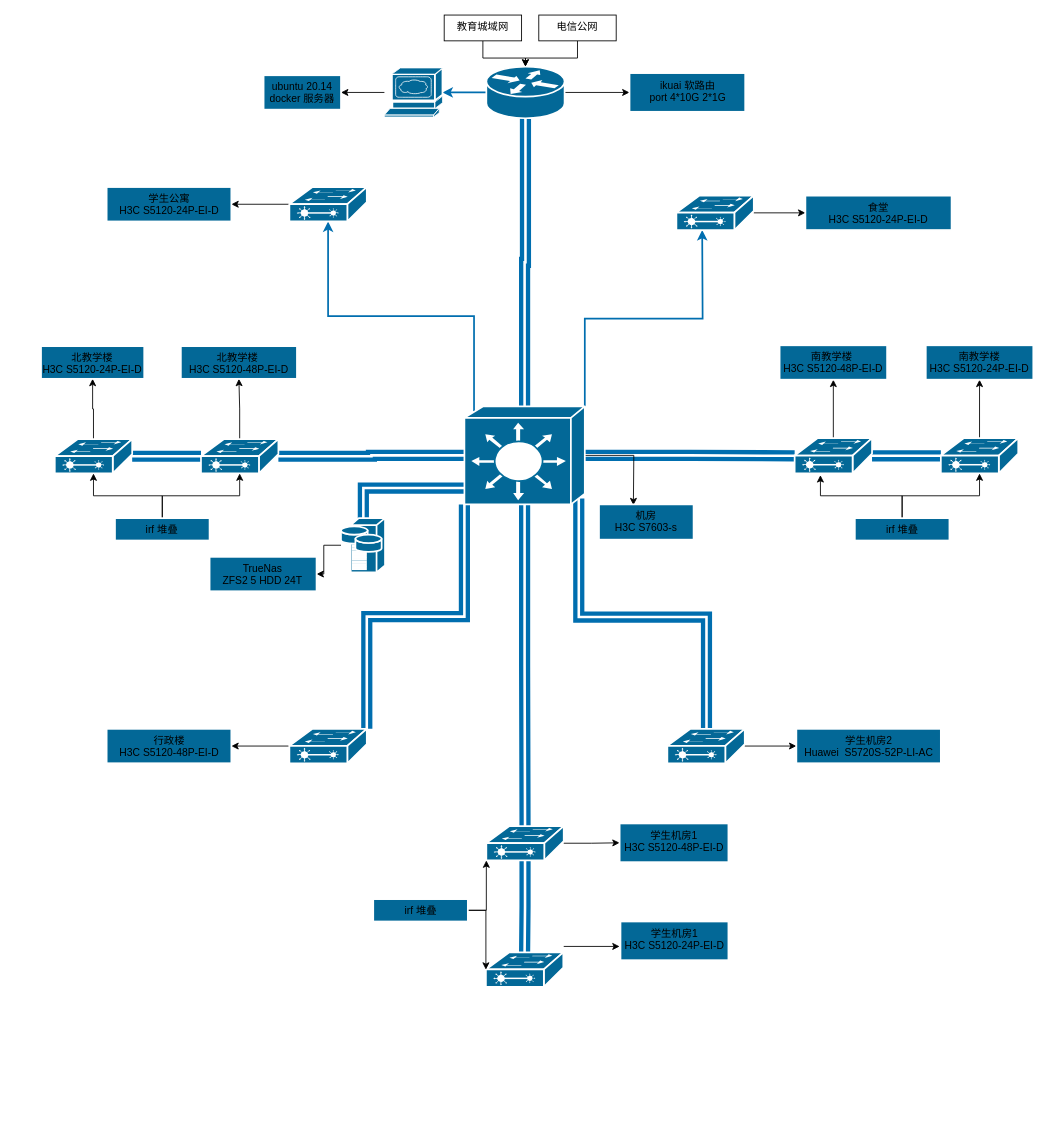
The draw.io diagram net/net.drawio in 3038922/new_century_robotics, before the edit. Source tidied: cells renumbered, new cells numbered last; positions are measured from the earlier drawing's top-left corner, leaving out a move shared by most shapes. Both pictures are drawn from the tidied source at 86%, with x=0, y=0 at pixel (40, 15).
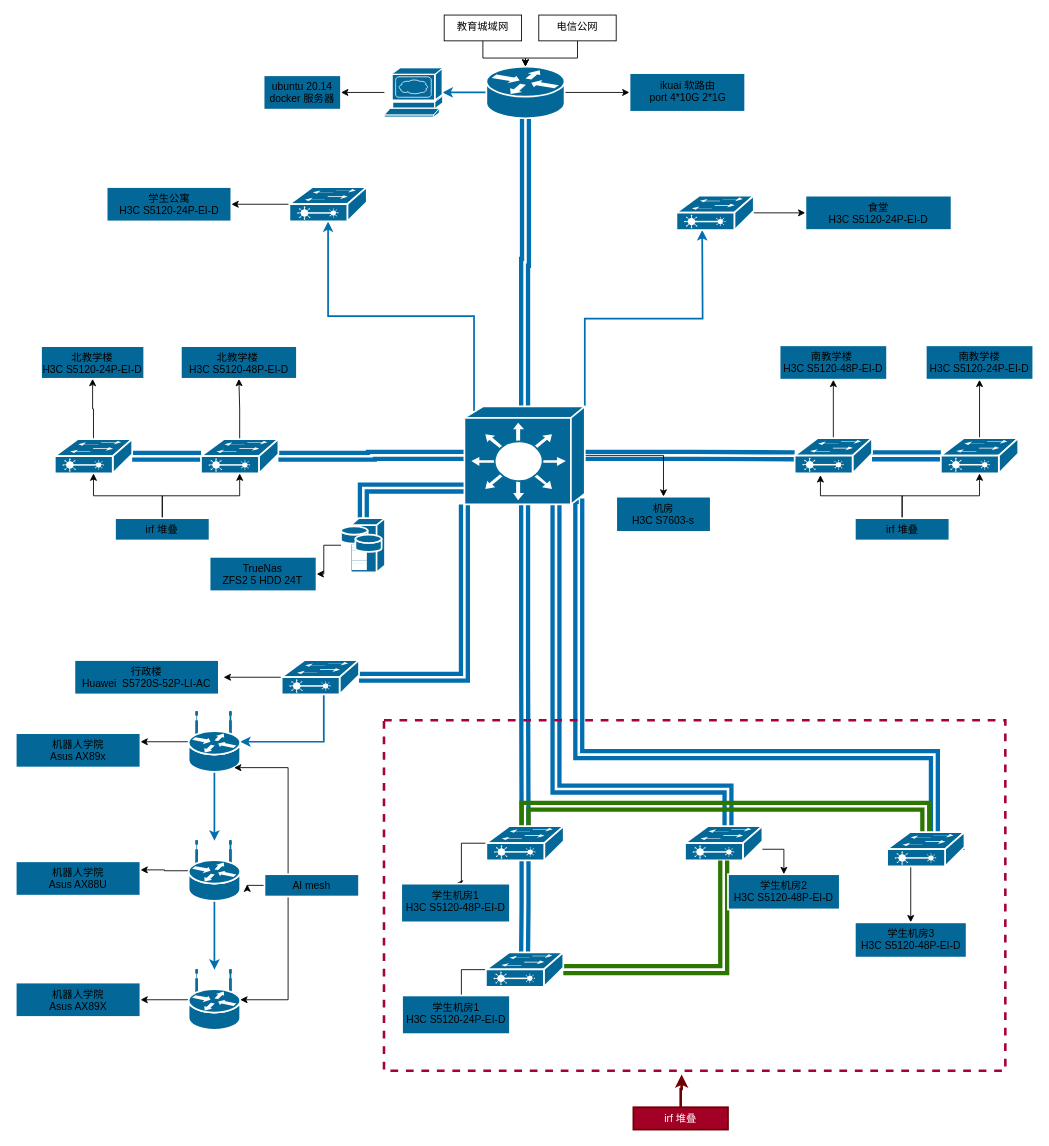
Above is the later version.

The change refers to these unchanged cells:
```xml
<mxCell id="19" style="shape=mxgraph.cisco.switches.layer_3_switch;html=1;dashed=0;fillColor=#036897;strokeColor=#ffffff;strokeWidth=2;verticalLabelPosition=bottom;verticalAlign=top;align=center;outlineConnect=0;" parent="1" vertex="1">
  <mxGeometry x="492.5" y="455" width="140" height="114" as="geometry" />
</mxCell>
<mxCell id="25" style="shape=mxgraph.cisco.switches.layer_2_remote_switch;html=1;dashed=0;fillColor=#036897;strokeColor=#ffffff;strokeWidth=2;verticalLabelPosition=bottom;verticalAlign=top;align=center;outlineConnect=0;" parent="1" vertex="1">
  <mxGeometry x="518" y="943" width="90" height="40" as="geometry" />
</mxCell>
<mxCell id="39" style="shape=mxgraph.cisco.switches.layer_2_remote_switch;html=1;dashed=0;fillColor=#036897;strokeColor=#ffffff;strokeWidth=2;verticalLabelPosition=bottom;verticalAlign=top;align=center;outlineConnect=0;" parent="1" vertex="1">
  <mxGeometry x="517.5" y="1090" width="90" height="40" as="geometry" />
</mxCell>
```

The edit, as a diff of the source:
```diff
@@
-    <mxCell id="13" style="edgeStyle=orthogonalEdgeStyle;rounded=0;jettySize=auto;html=1;exitX=0;exitY=1;exitDx=0;exitDy=0;exitPerimeter=0;entryX=1;entryY=0;entryDx=0;entryDy=0;entryPerimeter=0;fillColor=#1ba1e2;strokeColor=#006EAF;strokeWidth=5;shape=link;" parent="1" edge="1" source="19" target="31">
-      <mxGeometry relative="1" as="geometry" />
-    </mxCell>
@@
-    <mxCell id="16" style="edgeStyle=orthogonalEdgeStyle;rounded=0;jettySize=auto;html=1;" parent="1" edge="1" source="19">
-      <mxGeometry relative="1" as="geometry">
-        <mxPoint x="689" y="570" as="targetPoint" />
-      </mxGeometry>
-    </mxCell>
     <mxCell id="17" style="edgeStyle=orthogonalEdgeStyle;rounded=0;jettySize=auto;html=1;exitX=0.95;exitY=0.94;exitDx=0;exitDy=0;exitPerimeter=0;strokeWidth=5;fillColor=#1ba1e2;strokeColor=#006EAF;shape=link;" parent="1" edge="1" source="19" target="33">
       <mxGeometry relative="1" as="geometry">
         <Array as="points">
-          <mxPoint x="626" y="700" />
-          <mxPoint x="774" y="700" />
+          <mxPoint x="599" y="562" />
+          <mxPoint x="599" y="900" />
+          <mxPoint x="799" y="900" />
         </Array>
       </mxGeometry>
     </mxCell>
@@
+    <mxCell id="71" style="edgeStyle=orthogonalEdgeStyle;rounded=0;jettySize=auto;html=1;entryX=0.5;entryY=0;entryDx=0;entryDy=0;strokeWidth=1;" parent="1" edge="1" source="19" target="64">
+      <mxGeometry relative="1" as="geometry" />
+    </mxCell>
+    <mxCell id="72" style="edgeStyle=orthogonalEdgeStyle;rounded=0;jettySize=auto;html=1;exitX=0.95;exitY=0.94;exitDx=0;exitDy=0;exitPerimeter=0;strokeWidth=5;fillColor=#1ba1e2;strokeColor=#006EAF;shape=link;" parent="1" edge="1" source="19">
+      <mxGeometry relative="1" as="geometry">
+        <mxPoint x="1039" y="950" as="targetPoint" />
+        <Array as="points">
+          <mxPoint x="626" y="860" />
+          <mxPoint x="1039" y="860" />
+        </Array>
+      </mxGeometry>
+    </mxCell>
+    <mxCell id="13" style="edgeStyle=orthogonalEdgeStyle;shape=link;rounded=0;jettySize=auto;html=1;exitX=0;exitY=1;exitDx=0;exitDy=0;exitPerimeter=0;entryX=1;entryY=0.5;entryDx=0;entryDy=0;entryPerimeter=0;strokeWidth=5;fillColor=#1ba1e2;strokeColor=#006EAF;" parent="1" edge="1" source="19" target="31">
+      <mxGeometry relative="1" as="geometry">
+        <Array as="points">
+          <mxPoint x="492" y="770" />
+        </Array>
+      </mxGeometry>
+    </mxCell>
@@
-    <mxCell id="24" style="edgeStyle=orthogonalEdgeStyle;rounded=0;jettySize=auto;html=1;" parent="1" edge="1" source="25" target="51">
-      <mxGeometry relative="1" as="geometry" />
+    <mxCell id="24" style="edgeStyle=orthogonalEdgeStyle;rounded=0;jettySize=auto;html=1;entryX=0.5;entryY=0;entryDx=0;entryDy=0;strokeWidth=1;" parent="1" edge="1" source="25" target="51">
+      <mxGeometry relative="1" as="geometry">
+        <Array as="points">
+          <mxPoint x="489" y="963" />
+          <mxPoint x="489" y="1010" />
+        </Array>
+      </mxGeometry>
     </mxCell>
+    <mxCell id="73" style="edgeStyle=orthogonalEdgeStyle;shape=link;rounded=0;jettySize=auto;html=1;strokeWidth=5;fillColor=#60a917;strokeColor=#2D7600;" parent="1" edge="1" source="25" target="97">
+      <mxGeometry relative="1" as="geometry">
+        <Array as="points">
+          <mxPoint x="563" y="920" />
+          <mxPoint x="1029" y="920" />
+        </Array>
+      </mxGeometry>
+    </mxCell>
@@
-    <mxCell id="30" style="edgeStyle=orthogonalEdgeStyle;rounded=0;jettySize=auto;html=1;" parent="1" edge="1" source="31" target="57">
-      <mxGeometry relative="1" as="geometry" />
+    <mxCell id="30" style="edgeStyle=orthogonalEdgeStyle;rounded=0;jettySize=auto;html=1;" parent="1" edge="1" source="31">
+      <mxGeometry relative="1" as="geometry">
+        <mxPoint x="212.5" y="770" as="targetPoint" />
+      </mxGeometry>
     </mxCell>
+    <mxCell id="74" style="edgeStyle=orthogonalEdgeStyle;rounded=0;jettySize=auto;html=1;strokeWidth=2;entryX=1;entryY=0.5;entryDx=0;entryDy=0;entryPerimeter=0;fillColor=#1ba1e2;strokeColor=#006EAF;" parent="1" edge="1" source="31" target="80">
+      <mxGeometry relative="1" as="geometry">
+        <Array as="points">
+          <mxPoint x="329" y="845" />
+        </Array>
+      </mxGeometry>
+    </mxCell>
     <mxCell id="31" style="shape=mxgraph.cisco.switches.layer_2_remote_switch;html=1;dashed=0;fillColor=#036897;strokeColor=#ffffff;strokeWidth=2;verticalLabelPosition=bottom;verticalAlign=top;align=center;outlineConnect=0;" parent="1" vertex="1">
-      <mxGeometry x="289" y="830" width="90" height="40" as="geometry" />
+      <mxGeometry x="280" y="750" width="90" height="40" as="geometry" />
     </mxCell>
-    <mxCell id="32" style="edgeStyle=orthogonalEdgeStyle;rounded=0;jettySize=auto;html=1;" parent="1" edge="1" source="33" target="56">
-      <mxGeometry relative="1" as="geometry" />
-    </mxCell>
     <mxCell id="33" style="shape=mxgraph.cisco.switches.layer_2_remote_switch;html=1;dashed=0;fillColor=#036897;strokeColor=#ffffff;strokeWidth=2;verticalLabelPosition=bottom;verticalAlign=top;align=center;outlineConnect=0;" parent="1" vertex="1">
-      <mxGeometry x="728.5" y="830" width="90" height="40" as="geometry" />
+      <mxGeometry x="749" y="943" width="90" height="40" as="geometry" />
     </mxCell>
@@
-    <mxCell id="38" style="edgeStyle=orthogonalEdgeStyle;rounded=0;orthogonalLoop=1;jettySize=auto;html=1;" parent="1" edge="1">
-      <mxGeometry relative="1" as="geometry">
-        <mxPoint x="608" y="1083" as="sourcePoint" />
-        <mxPoint x="673" y="1083" as="targetPoint" />
-      </mxGeometry>
-    </mxCell>
+    <mxCell id="75" style="edgeStyle=orthogonalEdgeStyle;rounded=0;jettySize=auto;html=1;entryX=0.5;entryY=0;entryDx=0;entryDy=0;strokeWidth=1;" parent="1" edge="1" source="39" target="52">
+      <mxGeometry relative="1" as="geometry">
+        <Array as="points">
+          <mxPoint x="489" y="1110" />
+          <mxPoint x="489" y="1180" />
+        </Array>
+      </mxGeometry>
+    </mxCell>
+    <mxCell id="76" style="edgeStyle=orthogonalEdgeStyle;shape=link;rounded=0;jettySize=auto;html=1;entryX=0.5;entryY=1;entryDx=0;entryDy=0;entryPerimeter=0;strokeWidth=5;fillColor=#60a917;strokeColor=#2D7600;" parent="1" edge="1" source="39" target="33">
+      <mxGeometry relative="1" as="geometry" />
+    </mxCell>
@@
     <mxCell id="51" value="学生机房1&lt;br&gt;H3C S5120-48P-EI-D" style="whiteSpace=wrap;html=1;dashed=0;verticalAlign=top;strokeColor=#ffffff;strokeWidth=2;fillColor=#036897;" parent="1" vertex="1">
-      <mxGeometry x="673" y="940" width="126.5" height="45" as="geometry" />
+      <mxGeometry x="419" y="1010" width="126.5" height="45" as="geometry" />
     </mxCell>
     <mxCell id="52" value="学生机房1&lt;br&gt;H3C S5120-24P-EI-D&lt;br&gt;" style="whiteSpace=wrap;html=1;dashed=0;verticalAlign=top;strokeColor=#ffffff;strokeWidth=2;fillColor=#036897;" parent="1" vertex="1">
-      <mxGeometry x="674" y="1054" width="125.5" height="45" as="geometry" />
+      <mxGeometry x="420" y="1140" width="125.5" height="45" as="geometry" />
     </mxCell>
-    <mxCell id="53" style="edgeStyle=orthogonalEdgeStyle;rounded=0;jettySize=auto;html=1;entryX=0;entryY=0.5;entryDx=0;entryDy=0;entryPerimeter=0;" parent="1" edge="1" source="55" target="39">
-      <mxGeometry relative="1" as="geometry">
-        <Array as="points">
-          <mxPoint x="518" y="1041" />
-          <mxPoint x="518" y="1110" />
-        </Array>
-      </mxGeometry>
-    </mxCell>
-    <mxCell id="54" style="edgeStyle=orthogonalEdgeStyle;rounded=0;jettySize=auto;html=1;entryX=0;entryY=1;entryDx=0;entryDy=0;entryPerimeter=0;" parent="1" edge="1" source="55" target="25">
-      <mxGeometry relative="1" as="geometry" />
-    </mxCell>
+    <mxCell id="77" style="edgeStyle=orthogonalEdgeStyle;rounded=0;jettySize=auto;html=1;entryX=0.479;entryY=1.011;entryDx=0;entryDy=0;entryPerimeter=0;strokeWidth=3;fillColor=#a20025;strokeColor=#6F0000;" parent="1" edge="1" source="55" target="99">
+      <mxGeometry relative="1" as="geometry" />
+    </mxCell>
-    <mxCell id="55" value="irf 堆叠" style="whiteSpace=wrap;html=1;dashed=0;verticalAlign=top;strokeColor=#ffffff;strokeWidth=2;fillColor=#036897;" parent="1" vertex="1">
-      <mxGeometry x="386.5" y="1028" width="110" height="26" as="geometry" />
+    <mxCell id="55" value="irf 堆叠" style="whiteSpace=wrap;html=1;dashed=0;verticalAlign=top;strokeColor=#6F0000;strokeWidth=2;fillColor=#a20025;fontColor=#ffffff;" parent="1" vertex="1">
+      <mxGeometry x="689" y="1270" width="110" height="26" as="geometry" />
     </mxCell>
-    <mxCell id="56" value="学生机房2&lt;br&gt;Huawei&amp;nbsp; S5720S-52P-LI-AC" style="whiteSpace=wrap;html=1;dashed=0;verticalAlign=top;strokeColor=#ffffff;strokeWidth=2;fillColor=#036897;" parent="1" vertex="1">
-      <mxGeometry x="878.5" y="830" width="168" height="40" as="geometry" />
-    </mxCell>
-    <mxCell id="57" value="行政楼&lt;br&gt;H3C S5120-48P-EI-D" style="whiteSpace=wrap;html=1;dashed=0;verticalAlign=top;strokeColor=#ffffff;strokeWidth=2;fillColor=#036897;" parent="1" vertex="1">
-      <mxGeometry x="76.5" y="830" width="145" height="40" as="geometry" />
-    </mxCell>
@@
     <mxCell id="64" value="机房&lt;br&gt;H3C S7603-s" style="whiteSpace=wrap;html=1;dashed=0;verticalAlign=top;strokeColor=#ffffff;strokeWidth=2;fillColor=#036897;" parent="1" vertex="1">
-      <mxGeometry x="649" y="569" width="110" height="41" as="geometry" />
+      <mxGeometry x="669" y="560" width="110" height="41" as="geometry" />
     </mxCell>
@@
+    <mxCell id="78" style="edgeStyle=orthogonalEdgeStyle;rounded=0;jettySize=auto;html=1;strokeWidth=2;fillColor=#1ba1e2;strokeColor=#006EAF;" parent="1" edge="1" source="80" target="83">
+      <mxGeometry relative="1" as="geometry" />
+    </mxCell>
+    <mxCell id="79" style="edgeStyle=orthogonalEdgeStyle;rounded=0;jettySize=auto;html=1;entryX=1;entryY=0.25;entryDx=0;entryDy=0;strokeWidth=1;" parent="1" edge="1" source="80" target="86">
+      <mxGeometry relative="1" as="geometry" />
+    </mxCell>
+    <mxCell id="80" style="shape=mxgraph.cisco.routers.wireless_router;html=1;dashed=0;fillColor=#036897;strokeColor=#ffffff;strokeWidth=2;verticalLabelPosition=bottom;verticalAlign=top;align=center;outlineConnect=0;" parent="1" vertex="1">
+      <mxGeometry x="171.8" y="810" width="60" height="70" as="geometry" />
+    </mxCell>
+    <mxCell id="81" style="edgeStyle=orthogonalEdgeStyle;rounded=0;jettySize=auto;html=1;strokeWidth=2;fillColor=#1ba1e2;strokeColor=#006EAF;" parent="1" edge="1" source="83" target="85">
+      <mxGeometry relative="1" as="geometry" />
+    </mxCell>
+    <mxCell id="82" style="edgeStyle=orthogonalEdgeStyle;rounded=0;jettySize=auto;html=1;entryX=1;entryY=0.25;entryDx=0;entryDy=0;strokeWidth=1;" parent="1" edge="1" source="83" target="87">
+      <mxGeometry relative="1" as="geometry" />
+    </mxCell>
+    <mxCell id="83" style="shape=mxgraph.cisco.routers.wireless_router;html=1;dashed=0;fillColor=#036897;strokeColor=#ffffff;strokeWidth=2;verticalLabelPosition=bottom;verticalAlign=top;align=center;outlineConnect=0;" parent="1" vertex="1">
+      <mxGeometry x="171.8" y="960" width="60" height="70" as="geometry" />
+    </mxCell>
+    <mxCell id="84" style="edgeStyle=orthogonalEdgeStyle;rounded=0;jettySize=auto;html=1;entryX=1;entryY=0.5;entryDx=0;entryDy=0;strokeWidth=1;" parent="1" edge="1" source="85" target="88">
+      <mxGeometry relative="1" as="geometry" />
+    </mxCell>
+    <mxCell id="85" style="shape=mxgraph.cisco.routers.wireless_router;html=1;dashed=0;fillColor=#036897;strokeColor=#ffffff;strokeWidth=2;verticalLabelPosition=bottom;verticalAlign=top;align=center;outlineConnect=0;" parent="1" vertex="1">
+      <mxGeometry x="171.8" y="1110" width="60" height="70" as="geometry" />
+    </mxCell>
+    <mxCell id="86" value="机器人学院&lt;br&gt;Asus AX89x" style="whiteSpace=wrap;html=1;dashed=0;verticalAlign=top;strokeColor=#ffffff;strokeWidth=2;fillColor=#036897;" parent="1" vertex="1">
+      <mxGeometry x="-29.2" y="835" width="145" height="40" as="geometry" />
+    </mxCell>
+    <mxCell id="87" value="机器人学院&lt;br&gt;Asus AX88U" style="whiteSpace=wrap;html=1;dashed=0;verticalAlign=top;strokeColor=#ffffff;strokeWidth=2;fillColor=#036897;" parent="1" vertex="1">
+      <mxGeometry x="-29.2" y="984" width="145" height="40" as="geometry" />
+    </mxCell>
+    <mxCell id="88" value="机器人学院&lt;br&gt;Asus AX89X" style="whiteSpace=wrap;html=1;dashed=0;verticalAlign=top;strokeColor=#ffffff;strokeWidth=2;fillColor=#036897;" parent="1" vertex="1">
+      <mxGeometry x="-29.2" y="1125" width="145" height="40" as="geometry" />
+    </mxCell>
+    <mxCell id="89" style="edgeStyle=orthogonalEdgeStyle;rounded=0;jettySize=auto;html=1;entryX=1.129;entryY=0.729;entryDx=0;entryDy=0;entryPerimeter=0;strokeWidth=1;" parent="1" edge="1" source="92" target="83">
+      <mxGeometry relative="1" as="geometry" />
+    </mxCell>
+    <mxCell id="90" style="edgeStyle=orthogonalEdgeStyle;rounded=0;jettySize=auto;html=1;exitX=0.25;exitY=0;exitDx=0;exitDy=0;entryX=0.88;entryY=0.93;entryDx=0;entryDy=0;entryPerimeter=0;strokeWidth=1;" parent="1" edge="1" source="92" target="80">
+      <mxGeometry relative="1" as="geometry">
+        <Array as="points">
+          <mxPoint x="287" y="875" />
+        </Array>
+      </mxGeometry>
+    </mxCell>
+    <mxCell id="91" style="edgeStyle=orthogonalEdgeStyle;rounded=0;jettySize=auto;html=1;exitX=0.25;exitY=1;exitDx=0;exitDy=0;entryX=1;entryY=0.5;entryDx=0;entryDy=0;entryPerimeter=0;strokeWidth=1;" parent="1" edge="1" source="92" target="85">
+      <mxGeometry relative="1" as="geometry" />
+    </mxCell>
+    <mxCell id="92" value="AI mesh" style="whiteSpace=wrap;html=1;dashed=0;verticalAlign=top;strokeColor=#ffffff;strokeWidth=2;fillColor=#036897;" parent="1" vertex="1">
+      <mxGeometry x="260" y="999" width="110" height="26" as="geometry" />
+    </mxCell>
+    <mxCell id="93" value="行政楼&lt;br&gt;Huawei&amp;nbsp; S5720S-52P-LI-AC" style="whiteSpace=wrap;html=1;dashed=0;verticalAlign=top;strokeColor=#ffffff;strokeWidth=2;fillColor=#036897;" parent="1" vertex="1">
+      <mxGeometry x="39" y="750" width="168" height="40" as="geometry" />
+    </mxCell>
+    <mxCell id="94" value="学生机房2&lt;br&gt;H3C S5120-48P-EI-D" style="whiteSpace=wrap;html=1;dashed=0;verticalAlign=top;strokeColor=#ffffff;strokeWidth=2;fillColor=#036897;" parent="1" vertex="1">
+      <mxGeometry x="799" y="999" width="130" height="41" as="geometry" />
+    </mxCell>
+    <mxCell id="95" style="edgeStyle=orthogonalEdgeStyle;rounded=0;jettySize=auto;html=1;" parent="1" edge="1" source="33" target="94">
+      <mxGeometry relative="1" as="geometry">
+        <Array as="points">
+          <mxPoint x="794" y="970" />
+          <mxPoint x="864" y="970" />
+        </Array>
+      </mxGeometry>
+    </mxCell>
+    <mxCell id="96" style="edgeStyle=orthogonalEdgeStyle;rounded=0;jettySize=auto;html=1;exitX=1;exitY=0.5;exitDx=0;exitDy=0;exitPerimeter=0;entryX=0.5;entryY=0;entryDx=0;entryDy=0;strokeWidth=1;" parent="1" edge="1" source="97" target="98">
+      <mxGeometry relative="1" as="geometry">
+        <Array as="points">
+          <mxPoint x="1012" y="970" />
+        </Array>
+      </mxGeometry>
+    </mxCell>
+    <mxCell id="97" style="shape=mxgraph.cisco.switches.layer_2_remote_switch;html=1;dashed=0;fillColor=#036897;strokeColor=#ffffff;strokeWidth=2;verticalLabelPosition=bottom;verticalAlign=top;align=center;outlineConnect=0;" parent="1" vertex="1">
+      <mxGeometry x="984" y="950" width="90" height="40" as="geometry" />
+    </mxCell>
+    <mxCell id="98" value="学生机房3&lt;br&gt;H3C S5120-48P-EI-D" style="whiteSpace=wrap;html=1;dashed=0;verticalAlign=top;strokeColor=#ffffff;strokeWidth=2;fillColor=#036897;" parent="1" vertex="1">
+      <mxGeometry x="946.5" y="1055" width="130" height="41" as="geometry" />
+    </mxCell>
+    <mxCell id="99" style="whiteSpace=wrap;html=1;dashed=1;verticalAlign=top;strokeWidth=3;strokeColor=#A50040;fontColor=#ffffff;fillColor=none;" parent="1" vertex="1">
+      <mxGeometry x="399" y="820" width="722.5" height="407.5" as="geometry" />
+    </mxCell>
```
